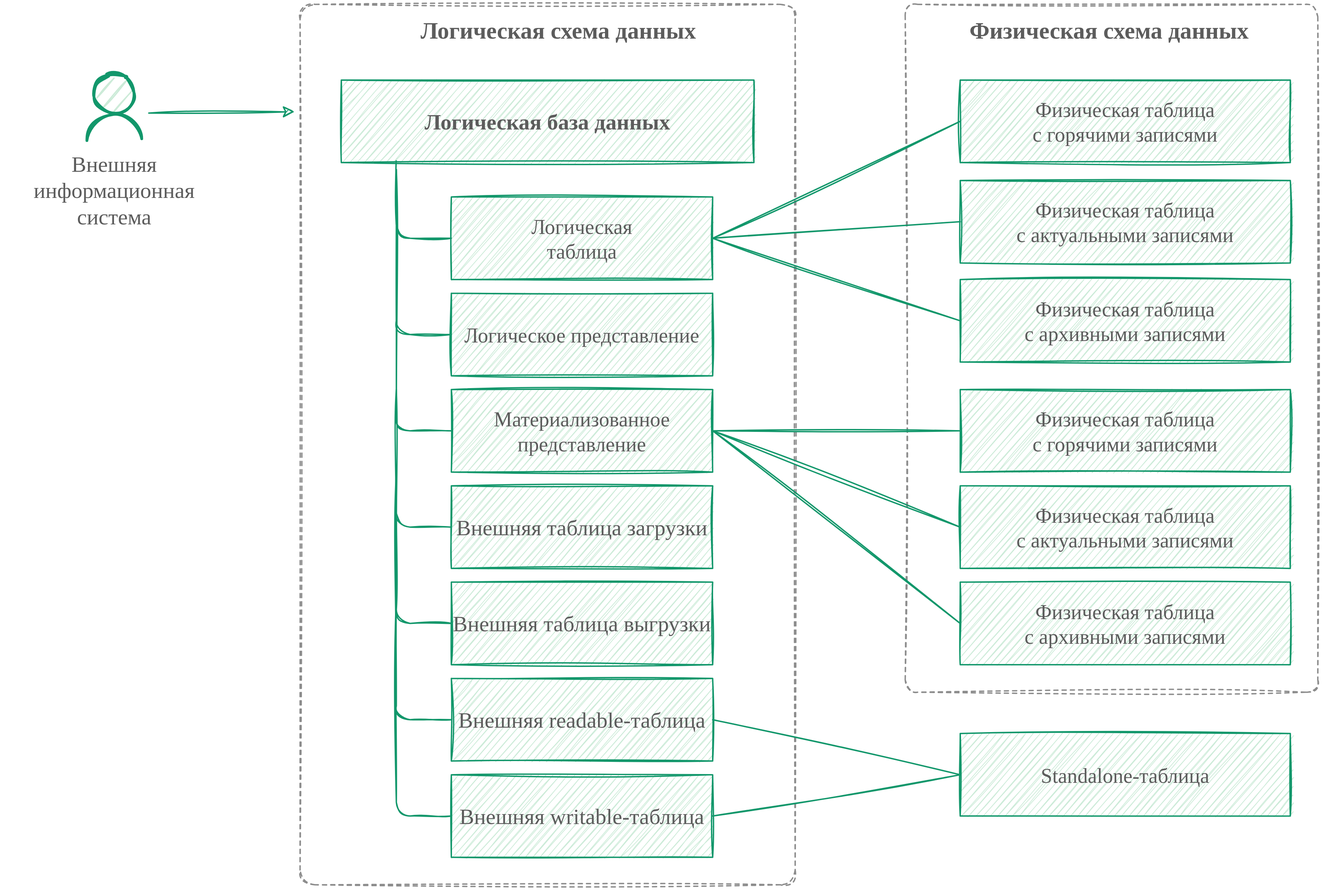
The draw.io diagram overview/main_concepts/logical_schema/logical_schema.svg in datamarts/docs_prostore, before a commit. Source tidied: cells renumbered, new cells last; positions are measured from the earlier drawing's top-left corner, leaving out a move shared by most shapes.
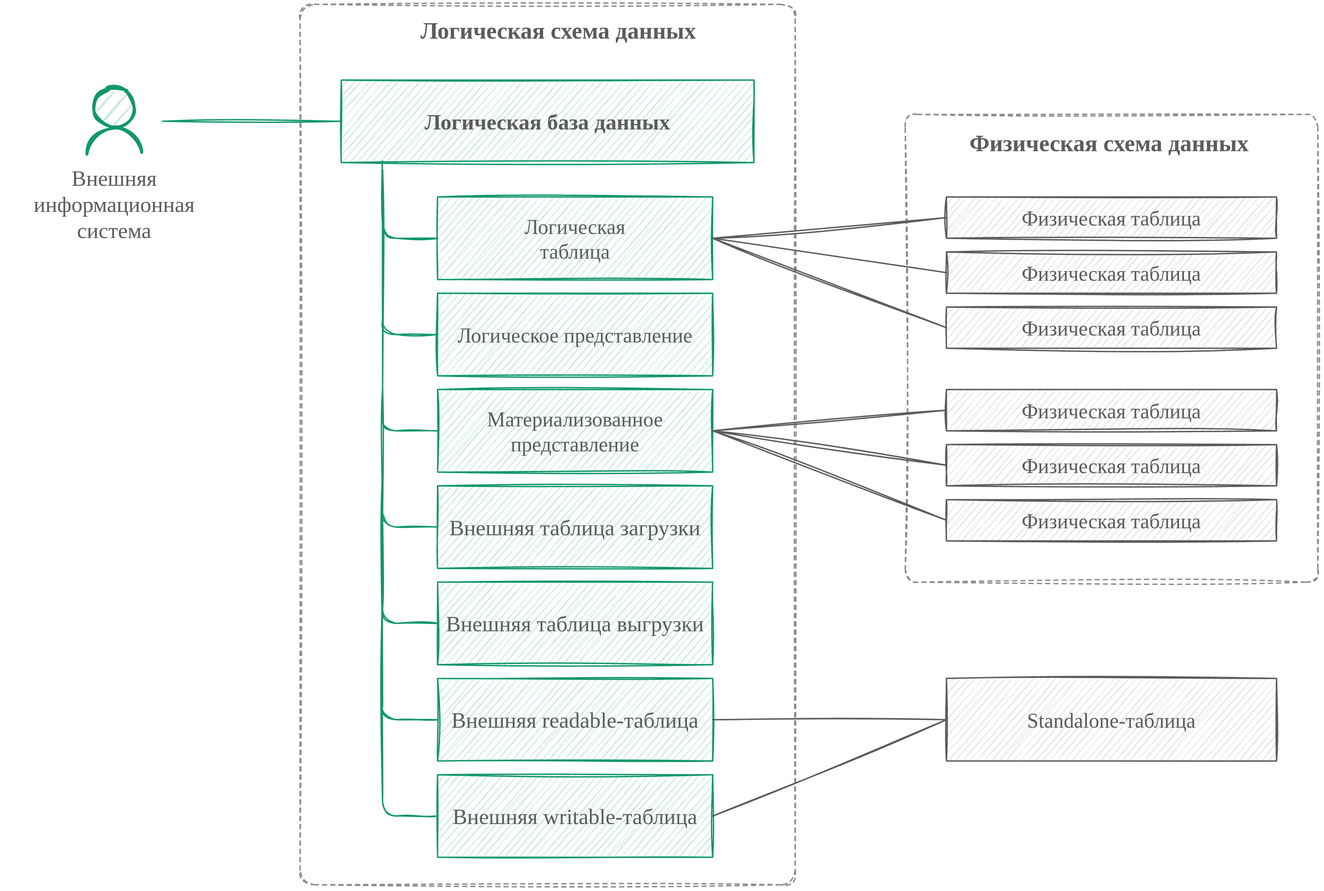
After the commit.

Commit message:
Logical schema concept: slightly redesign the diagram

Diff of the diagram source:
```diff
@@ -8,3 +8,3 @@
     <mxCell id="3" style="rounded=1;whiteSpace=wrap;html=1;fillColor=none;arcSize=3;strokeColor=#5C5C5C;dashed=1;sketch=1;opacity=70;" parent="1" vertex="1">
-      <mxGeometry x="655" width="300" height="500" as="geometry" />
+      <mxGeometry x="655" y="80" width="300" height="340" as="geometry" />
     </mxCell>
@@ -14,3 +14,3 @@
     <mxCell id="5" style="group;fontStyle=1;fontFamily=Comic Sans MS;sketch=1;" parent="1" vertex="1">
-      <mxGeometry x="60" y="50" width="40" height="70" as="geometry" />
+      <mxGeometry x="60" y="60" width="40" height="70" as="geometry" />
     </mxCell>
@@ -23,49 +23,44 @@
     <mxCell id="8" value="&lt;font color=&quot;#5c5c5c&quot; size=&quot;1&quot;&gt;&lt;span style=&quot;font-size: 16px ; font-weight: normal&quot;&gt;Внешняя информационная система&lt;/span&gt;&lt;/font&gt;" style="text;whiteSpace=wrap;html=1;fontStyle=1;align=center;fontFamily=Comic Sans MS;sketch=1;" parent="1" vertex="1">
-      <mxGeometry y="100" width="160" height="80" as="geometry" />
+      <mxGeometry y="110" width="160" height="80" as="geometry" />
     </mxCell>
     <mxCell id="9" value="&lt;font color=&quot;#5c5c5c&quot; style=&quot;font-size: 15px&quot;&gt;&lt;span style=&quot;font-size: 15px&quot;&gt;&lt;span style=&quot;font-size: 15px&quot;&gt;Логическая &lt;br&gt;таблица&lt;/span&gt;&lt;/span&gt;&lt;/font&gt;" style="rounded=0;whiteSpace=wrap;html=1;fontStyle=0;sketch=1;fontFamily=Comic Sans MS;strokeColor=#12976B;fillColor=#CCEBD8;fontSize=15;" parent="1" vertex="1">
-      <mxGeometry x="325" y="140" width="190" height="60" as="geometry" />
+      <mxGeometry x="315" y="140" width="200" height="60" as="geometry" />
     </mxCell>
     <mxCell id="10" value="&lt;font color=&quot;#5c5c5c&quot; style=&quot;font-size: 15px;&quot;&gt;&lt;span style=&quot;font-size: 15px;&quot;&gt;&lt;span style=&quot;font-size: 15px;&quot;&gt;Логическое представление&lt;/span&gt;&lt;/span&gt;&lt;/font&gt;" style="rounded=0;whiteSpace=wrap;html=1;fontStyle=0;sketch=1;fontFamily=Comic Sans MS;strokeColor=#12976B;fillColor=#CCEBD8;fontSize=15;" parent="1" vertex="1">
-      <mxGeometry x="325" y="210" width="190" height="60" as="geometry" />
+      <mxGeometry x="315" y="210" width="200" height="60" as="geometry" />
     </mxCell>
     <mxCell id="11" value="&lt;font color=&quot;#5c5c5c&quot; size=&quot;1&quot;&gt;&lt;span&gt;&lt;span style=&quot;font-size: 16px&quot;&gt;Внешняя таблица загрузки&lt;/span&gt;&lt;/span&gt;&lt;/font&gt;" style="rounded=0;whiteSpace=wrap;html=1;fontStyle=0;sketch=1;fontFamily=Comic Sans MS;strokeColor=#12976B;fillColor=#CCEBD8;" parent="1" vertex="1">
-      <mxGeometry x="325" y="350" width="190" height="60" as="geometry" />
+      <mxGeometry x="315" y="350" width="200" height="60" as="geometry" />
     </mxCell>
     <mxCell id="12" value="&lt;font color=&quot;#5c5c5c&quot; size=&quot;1&quot;&gt;&lt;span&gt;&lt;span style=&quot;font-size: 16px&quot;&gt;Внешняя таблица выгрузки&lt;/span&gt;&lt;/span&gt;&lt;/font&gt;" style="rounded=0;whiteSpace=wrap;html=1;fontStyle=0;sketch=1;fontFamily=Comic Sans MS;strokeColor=#12976B;fillColor=#CCEBD8;" parent="1" vertex="1">
-      <mxGeometry x="325" y="420" width="190" height="60" as="geometry" />
+      <mxGeometry x="315" y="420" width="200" height="60" as="geometry" />
     </mxCell>
     <mxCell id="13" value="&lt;font color=&quot;#5c5c5c&quot; style=&quot;font-size: 15px;&quot;&gt;&lt;span style=&quot;font-size: 15px;&quot;&gt;&lt;span style=&quot;font-size: 15px;&quot;&gt;Материализованное представление&lt;/span&gt;&lt;/span&gt;&lt;/font&gt;" style="rounded=0;whiteSpace=wrap;html=1;fontStyle=0;sketch=1;fontFamily=Comic Sans MS;strokeColor=#12976B;fillColor=#CCEBD8;fontSize=15;" parent="1" vertex="1">
-      <mxGeometry x="325" y="280" width="190" height="60" as="geometry" />
+      <mxGeometry x="315" y="280" width="200" height="60" as="geometry" />
     </mxCell>
-    <mxCell id="14" value="&lt;font color=&quot;#5c5c5c&quot; style=&quot;font-size: 15px;&quot;&gt;&lt;span style=&quot;font-size: 15px;&quot;&gt;Физическая таблица &lt;br style=&quot;font-size: 15px;&quot;&gt;с горячими записями&lt;/span&gt;&lt;/font&gt;" style="rounded=0;whiteSpace=wrap;html=1;fontStyle=0;sketch=1;fontFamily=Comic Sans MS;strokeColor=#12976B;fillColor=#CCEBD8;fontSize=15;" parent="1" vertex="1">
-      <mxGeometry x="695" y="55" width="240" height="60" as="geometry" />
+    <mxCell id="14" value="&lt;font color=&quot;#5c5c5c&quot; style=&quot;font-size: 15px&quot;&gt;&lt;span style=&quot;font-size: 15px&quot;&gt;Физическая таблица &lt;br&gt;&lt;/span&gt;&lt;/font&gt;" style="rounded=0;whiteSpace=wrap;html=1;fontStyle=0;sketch=1;fontFamily=Comic Sans MS;strokeColor=#5C5C5C;fillColor=#E6E6E6;fontSize=15;" parent="1" vertex="1">
+      <mxGeometry x="685" y="140" width="240" height="30" as="geometry" />
     </mxCell>
-    <mxCell id="15" value="&lt;font color=&quot;#5c5c5c&quot; style=&quot;font-size: 15px;&quot;&gt;&lt;span style=&quot;font-size: 15px;&quot;&gt;Физическая таблица &lt;br style=&quot;font-size: 15px;&quot;&gt;с актуальными записями&lt;/span&gt;&lt;/font&gt;" style="rounded=0;whiteSpace=wrap;html=1;fontStyle=0;sketch=1;fontFamily=Comic Sans MS;strokeColor=#12976B;fillColor=#CCEBD8;fontSize=15;" parent="1" vertex="1">
-      <mxGeometry x="695" y="128" width="240" height="60" as="geometry" />
-    </mxCell>
-    <mxCell id="16" value="&lt;font color=&quot;#5c5c5c&quot; style=&quot;font-size: 15px;&quot;&gt;&lt;span style=&quot;font-size: 15px;&quot;&gt;Физическая таблица &lt;br style=&quot;font-size: 15px;&quot;&gt;с архивными записями&lt;/span&gt;&lt;/font&gt;" style="rounded=0;whiteSpace=wrap;html=1;fontStyle=0;sketch=1;fontFamily=Comic Sans MS;strokeColor=#12976B;fillColor=#CCEBD8;fontSize=15;" parent="1" vertex="1">
-      <mxGeometry x="695" y="200" width="240" height="60" as="geometry" />
-    </mxCell>
-    <mxCell id="17" style="endArrow=classic;html=1;shadow=0;fontFamily=Comic Sans MS;fontSize=11;sketch=1;strokeColor=#12976B;entryX=-0.011;entryY=0.122;entryDx=0;entryDy=0;entryPerimeter=0;" parent="1" edge="1" target="2">
+    <mxCell id="17" style="endArrow=none;html=1;shadow=0;fontFamily=Comic Sans MS;fontSize=11;sketch=1;strokeColor=#12976B;endFill=0;" parent="1" edge="1">
       <mxGeometry relative="1" as="geometry">
-        <mxPoint x="105" y="79" as="sourcePoint" />
+        <mxPoint x="115" y="85" as="sourcePoint" />
+        <mxPoint x="245" y="85" as="targetPoint" />
       </mxGeometry>
     </mxCell>
-    <mxCell id="18" style="endArrow=none;html=1;fontColor=#5C5C5C;sketch=1;strokeColor=#12976B;endFill=0;exitX=1;exitY=0.5;exitDx=0;exitDy=0;entryX=0;entryY=0.5;entryDx=0;entryDy=0;" parent="1" edge="1" source="9" target="14">
+    <mxCell id="18" style="endArrow=none;html=1;fontColor=#5C5C5C;sketch=1;strokeColor=#5C5C5C;endFill=0;exitX=1;exitY=0.5;exitDx=0;exitDy=0;entryX=0;entryY=0.5;entryDx=0;entryDy=0;" parent="1" edge="1" source="9" target="14">
       <mxGeometry relative="1" as="geometry" />
     </mxCell>
-    <mxCell id="19" style="endArrow=none;html=1;fontColor=#5C5C5C;sketch=1;strokeColor=#12976B;endFill=0;entryX=0;entryY=0.5;entryDx=0;entryDy=0;exitX=1;exitY=0.5;exitDx=0;exitDy=0;" parent="1" edge="1" source="9" target="15">
+    <mxCell id="19" style="endArrow=none;html=1;fontColor=#5C5C5C;sketch=1;strokeColor=#5C5C5C;endFill=0;entryX=0;entryY=0.5;entryDx=0;entryDy=0;exitX=1;exitY=0.5;exitDx=0;exitDy=0;" parent="1" edge="1" source="9" target="41">
       <mxGeometry relative="1" as="geometry" />
     </mxCell>
-    <mxCell id="20" style="endArrow=none;html=1;fontColor=#5C5C5C;sketch=1;strokeColor=#12976B;endFill=0;entryX=0;entryY=0.5;entryDx=0;entryDy=0;exitX=1;exitY=0.5;exitDx=0;exitDy=0;" parent="1" edge="1" source="9" target="16">
+    <mxCell id="20" style="endArrow=none;html=1;fontColor=#5C5C5C;sketch=1;strokeColor=#5C5C5C;endFill=0;entryX=0;entryY=0.5;entryDx=0;entryDy=0;exitX=1;exitY=0.5;exitDx=0;exitDy=0;" parent="1" edge="1" source="9" target="42">
       <mxGeometry relative="1" as="geometry" />
     </mxCell>
-    <mxCell id="21" style="endArrow=none;html=1;fontColor=#5C5C5C;sketch=1;strokeColor=#12976B;endFill=0;exitX=1;exitY=0.5;exitDx=0;exitDy=0;entryX=0;entryY=0.5;entryDx=0;entryDy=0;" parent="1" edge="1" source="13" target="26">
+    <mxCell id="21" style="endArrow=none;html=1;fontColor=#5C5C5C;sketch=1;strokeColor=#5C5C5C;endFill=0;exitX=1;exitY=0.5;exitDx=0;exitDy=0;entryX=0;entryY=0.5;entryDx=0;entryDy=0;" parent="1" edge="1" source="13" target="43">
       <mxGeometry relative="1" as="geometry" />
     </mxCell>
-    <mxCell id="22" style="endArrow=none;html=1;fontColor=#5C5C5C;sketch=1;strokeColor=#12976B;endFill=0;entryX=0;entryY=0.5;entryDx=0;entryDy=0;exitX=1;exitY=0.5;exitDx=0;exitDy=0;" parent="1" edge="1" source="13" target="27">
+    <mxCell id="22" style="endArrow=none;html=1;fontColor=#5C5C5C;sketch=1;strokeColor=#5C5C5C;endFill=0;entryX=0;entryY=0.5;entryDx=0;entryDy=0;exitX=1;exitY=0.5;exitDx=0;exitDy=0;" parent="1" edge="1" source="13" target="44">
       <mxGeometry relative="1" as="geometry" />
     </mxCell>
-    <mxCell id="23" style="endArrow=none;html=1;fontColor=#5C5C5C;sketch=1;strokeColor=#12976B;endFill=0;entryX=0;entryY=0.5;entryDx=0;entryDy=0;exitX=1;exitY=0.5;exitDx=0;exitDy=0;" parent="1" edge="1" source="13" target="28">
+    <mxCell id="23" style="endArrow=none;html=1;fontColor=#5C5C5C;sketch=1;strokeColor=#5C5C5C;endFill=0;entryX=0;entryY=0.5;entryDx=0;entryDy=0;exitX=1;exitY=0.5;exitDx=0;exitDy=0;" parent="1" edge="1" source="13" target="45">
       <mxGeometry relative="1" as="geometry" />
@@ -76,17 +71,9 @@
     <mxCell id="25" value="&lt;font color=&quot;#5c5c5c&quot; face=&quot;Comic Sans MS&quot; style=&quot;font-size: 17px;&quot;&gt;&lt;b style=&quot;font-size: 17px;&quot;&gt;Физическая схема данных&amp;nbsp;&lt;/b&gt;&lt;/font&gt;" style="text;html=1;strokeColor=none;fillColor=none;align=center;verticalAlign=middle;whiteSpace=wrap;rounded=0;fontSize=17;" parent="1" vertex="1">
-      <mxGeometry x="668.8" y="10" width="272.5" height="20" as="geometry" />
+      <mxGeometry x="668.8" y="92" width="272.5" height="20" as="geometry" />
     </mxCell>
-    <mxCell id="26" value="&lt;font color=&quot;#5c5c5c&quot; style=&quot;font-size: 15px;&quot;&gt;&lt;span style=&quot;font-size: 15px;&quot;&gt;Физическая таблица &lt;br style=&quot;font-size: 15px;&quot;&gt;с горячими записями&lt;/span&gt;&lt;/font&gt;" style="rounded=0;whiteSpace=wrap;html=1;fontStyle=0;sketch=1;fontFamily=Comic Sans MS;strokeColor=#12976B;fillColor=#CCEBD8;fontSize=15;" parent="1" vertex="1">
-      <mxGeometry x="695" y="280" width="240" height="60" as="geometry" />
-    </mxCell>
-    <mxCell id="27" value="&lt;font color=&quot;#5c5c5c&quot; style=&quot;font-size: 15px;&quot;&gt;&lt;span style=&quot;font-size: 15px;&quot;&gt;Физическая таблица &lt;br style=&quot;font-size: 15px;&quot;&gt;с актуальными записями&lt;/span&gt;&lt;/font&gt;" style="rounded=0;whiteSpace=wrap;html=1;fontStyle=0;sketch=1;fontFamily=Comic Sans MS;strokeColor=#12976B;fillColor=#CCEBD8;fontSize=15;" parent="1" vertex="1">
-      <mxGeometry x="695" y="350" width="240" height="60" as="geometry" />
-    </mxCell>
-    <mxCell id="28" value="&lt;font color=&quot;#5c5c5c&quot; style=&quot;font-size: 15px;&quot;&gt;&lt;span style=&quot;font-size: 15px;&quot;&gt;Физическая таблица &lt;br style=&quot;font-size: 15px;&quot;&gt;с архивными записями&lt;/span&gt;&lt;/font&gt;" style="rounded=0;whiteSpace=wrap;html=1;fontStyle=0;sketch=1;fontFamily=Comic Sans MS;strokeColor=#12976B;fillColor=#CCEBD8;fontSize=15;" parent="1" vertex="1">
-      <mxGeometry x="695" y="420" width="240" height="60" as="geometry" />
-    </mxCell>
-    <mxCell id="29" style="endArrow=none;html=1;entryX=0;entryY=0.5;entryDx=0;entryDy=0;fontColor=#5C5C5C;sketch=1;strokeColor=#12976B;endFill=0;exitX=0.133;exitY=0.98;exitDx=0;exitDy=0;exitPerimeter=0;" parent="1" edge="1" source="4" target="9">
+    <mxCell id="29" style="endArrow=none;html=1;entryX=0;entryY=0.5;entryDx=0;entryDy=0;fontColor=#5C5C5C;sketch=1;strokeColor=#12976B;endFill=0;exitX=0.133;exitY=0.98;exitDx=0;exitDy=0;exitPerimeter=0;" parent="1" edge="1" target="9">
       <mxGeometry relative="1" as="geometry">
+        <mxPoint x="274.9" y="113.8" as="sourcePoint" />
         <Array as="points">
-          <mxPoint x="285" y="170" />
+          <mxPoint x="275" y="170" />
         </Array>
@@ -96,5 +83,5 @@
       <mxGeometry relative="1" as="geometry">
-        <mxPoint x="285" y="120" as="sourcePoint" />
+        <mxPoint x="275" y="120" as="sourcePoint" />
         <Array as="points">
-          <mxPoint x="285" y="240" />
+          <mxPoint x="275" y="240" />
         </Array>
@@ -104,5 +91,5 @@
       <mxGeometry relative="1" as="geometry">
-        <mxPoint x="285" y="120" as="sourcePoint" />
+        <mxPoint x="275" y="120" as="sourcePoint" />
         <Array as="points">
-          <mxPoint x="285" y="310" />
+          <mxPoint x="275" y="310" />
         </Array>
@@ -112,5 +99,5 @@
       <mxGeometry relative="1" as="geometry">
-        <mxPoint x="285" y="280" as="sourcePoint" />
+        <mxPoint x="275" y="280" as="sourcePoint" />
         <Array as="points">
-          <mxPoint x="285" y="380" />
+          <mxPoint x="275" y="380" />
         </Array>
@@ -120,5 +107,5 @@
       <mxGeometry relative="1" as="geometry">
-        <mxPoint x="285" y="370" as="sourcePoint" />
+        <mxPoint x="275" y="370" as="sourcePoint" />
         <Array as="points">
-          <mxPoint x="285" y="450" />
+          <mxPoint x="275" y="450" />
         </Array>
@@ -127,9 +114,9 @@
     <mxCell id="34" value="&lt;font color=&quot;#5c5c5c&quot; size=&quot;1&quot;&gt;&lt;span&gt;&lt;span style=&quot;font-size: 16px&quot;&gt;Внешняя readable-таблица&lt;/span&gt;&lt;/span&gt;&lt;/font&gt;" style="rounded=0;whiteSpace=wrap;html=1;fontStyle=0;sketch=1;fontFamily=Comic Sans MS;strokeColor=#12976B;fillColor=#CCEBD8;" parent="1" vertex="1">
-      <mxGeometry x="325" y="490" width="190" height="60" as="geometry" />
+      <mxGeometry x="315" y="490" width="200" height="60" as="geometry" />
     </mxCell>
     <mxCell id="35" value="&lt;font color=&quot;#5c5c5c&quot; size=&quot;1&quot;&gt;&lt;span&gt;&lt;span style=&quot;font-size: 16px&quot;&gt;Внешняя writable-таблица&lt;/span&gt;&lt;/span&gt;&lt;/font&gt;" style="rounded=0;whiteSpace=wrap;html=1;fontStyle=0;sketch=1;fontFamily=Comic Sans MS;strokeColor=#12976B;fillColor=#CCEBD8;" parent="1" vertex="1">
-      <mxGeometry x="325" y="560" width="190" height="60" as="geometry" />
+      <mxGeometry x="315" y="560" width="200" height="60" as="geometry" />
     </mxCell>
-    <mxCell id="36" value="&lt;font color=&quot;#5c5c5c&quot;&gt;&lt;span&gt;Standalone-таблица&lt;/span&gt;&lt;/font&gt;" style="rounded=0;whiteSpace=wrap;html=1;fontStyle=0;sketch=1;fontFamily=Comic Sans MS;strokeColor=#12976B;fillColor=#CCEBD8;fontSize=15;" parent="1" vertex="1">
-      <mxGeometry x="695" y="530" width="240" height="60" as="geometry" />
+    <mxCell id="36" value="&lt;font color=&quot;#5c5c5c&quot;&gt;&lt;span&gt;Standalone-таблица&lt;/span&gt;&lt;/font&gt;" style="rounded=0;whiteSpace=wrap;html=1;fontStyle=0;sketch=1;fontFamily=Comic Sans MS;strokeColor=#5C5C5C;fillColor=#E6E6E6;fontSize=15;" parent="1" vertex="1">
+      <mxGeometry x="685" y="490" width="240" height="60" as="geometry" />
     </mxCell>
@@ -137,6 +124,6 @@
       <mxGeometry relative="1" as="geometry">
-        <mxPoint x="285" y="430" as="sourcePoint" />
-        <mxPoint x="325" y="590" as="targetPoint" />
+        <mxPoint x="275" y="430" as="sourcePoint" />
+        <mxPoint x="315" y="590" as="targetPoint" />
         <Array as="points">
-          <mxPoint x="285" y="590" />
+          <mxPoint x="275" y="590" />
         </Array>
@@ -146,6 +133,6 @@
       <mxGeometry relative="1" as="geometry">
-        <mxPoint x="285" y="340" as="sourcePoint" />
-        <mxPoint x="325" y="520" as="targetPoint" />
+        <mxPoint x="275" y="340" as="sourcePoint" />
+        <mxPoint x="315" y="520" as="targetPoint" />
         <Array as="points">
-          <mxPoint x="285" y="520" />
+          <mxPoint x="275" y="520" />
         </Array>
@@ -153,8 +140,23 @@
     </mxCell>
-    <mxCell id="39" style="endArrow=none;html=1;fontColor=#5C5C5C;sketch=1;strokeColor=#12976B;endFill=0;entryX=0;entryY=0.5;entryDx=0;entryDy=0;exitX=1;exitY=0.5;exitDx=0;exitDy=0;" parent="1" edge="1" source="34" target="36">
+    <mxCell id="39" style="endArrow=none;html=1;fontColor=#5C5C5C;sketch=1;strokeColor=#5C5C5C;endFill=0;entryX=0;entryY=0.5;entryDx=0;entryDy=0;exitX=1;exitY=0.5;exitDx=0;exitDy=0;" parent="1" edge="1" source="34" target="36">
       <mxGeometry relative="1" as="geometry" />
     </mxCell>
-    <mxCell id="40" style="endArrow=none;html=1;fontColor=#5C5C5C;sketch=1;strokeColor=#12976B;endFill=0;exitX=1;exitY=0.5;exitDx=0;exitDy=0;entryX=0;entryY=0.5;entryDx=0;entryDy=0;" parent="1" edge="1" source="35" target="36">
+    <mxCell id="40" style="endArrow=none;html=1;fontColor=#5C5C5C;sketch=1;strokeColor=#5C5C5C;endFill=0;exitX=1;exitY=0.5;exitDx=0;exitDy=0;entryX=0;entryY=0.5;entryDx=0;entryDy=0;" parent="1" edge="1" source="35" target="36">
       <mxGeometry relative="1" as="geometry" />
     </mxCell>
+    <mxCell id="41" value="&lt;font color=&quot;#5c5c5c&quot; style=&quot;font-size: 15px&quot;&gt;&lt;span style=&quot;font-size: 15px&quot;&gt;Физическая таблица &lt;br&gt;&lt;/span&gt;&lt;/font&gt;" style="rounded=0;whiteSpace=wrap;html=1;fontStyle=0;sketch=1;fontFamily=Comic Sans MS;strokeColor=#5C5C5C;fillColor=#E6E6E6;fontSize=15;" parent="1" vertex="1">
+      <mxGeometry x="685" y="180" width="240" height="30" as="geometry" />
+    </mxCell>
+    <mxCell id="42" value="&lt;font color=&quot;#5c5c5c&quot; style=&quot;font-size: 15px&quot;&gt;&lt;span style=&quot;font-size: 15px&quot;&gt;Физическая таблица &lt;br&gt;&lt;/span&gt;&lt;/font&gt;" style="rounded=0;whiteSpace=wrap;html=1;fontStyle=0;sketch=1;fontFamily=Comic Sans MS;strokeColor=#5C5C5C;fillColor=#E6E6E6;fontSize=15;" parent="1" vertex="1">
+      <mxGeometry x="685" y="220" width="240" height="30" as="geometry" />
+    </mxCell>
+    <mxCell id="43" value="&lt;font color=&quot;#5c5c5c&quot; style=&quot;font-size: 15px&quot;&gt;&lt;span style=&quot;font-size: 15px&quot;&gt;Физическая таблица &lt;br&gt;&lt;/span&gt;&lt;/font&gt;" style="rounded=0;whiteSpace=wrap;html=1;fontStyle=0;sketch=1;fontFamily=Comic Sans MS;strokeColor=#5C5C5C;fillColor=#E6E6E6;fontSize=15;" parent="1" vertex="1">
+      <mxGeometry x="685" y="280" width="240" height="30" as="geometry" />
+    </mxCell>
+    <mxCell id="44" value="&lt;font color=&quot;#5c5c5c&quot; style=&quot;font-size: 15px&quot;&gt;&lt;span style=&quot;font-size: 15px&quot;&gt;Физическая таблица &lt;br&gt;&lt;/span&gt;&lt;/font&gt;" style="rounded=0;whiteSpace=wrap;html=1;fontStyle=0;sketch=1;fontFamily=Comic Sans MS;strokeColor=#5C5C5C;fillColor=#E6E6E6;fontSize=15;" parent="1" vertex="1">
+      <mxGeometry x="685" y="320" width="240" height="30" as="geometry" />
+    </mxCell>
+    <mxCell id="45" value="&lt;font color=&quot;#5c5c5c&quot; style=&quot;font-size: 15px&quot;&gt;&lt;span style=&quot;font-size: 15px&quot;&gt;Физическая таблица &lt;br&gt;&lt;/span&gt;&lt;/font&gt;" style="rounded=0;whiteSpace=wrap;html=1;fontStyle=0;sketch=1;fontFamily=Comic Sans MS;strokeColor=#5C5C5C;fillColor=#E6E6E6;fontSize=15;" parent="1" vertex="1">
+      <mxGeometry x="685" y="360" width="240" height="30" as="geometry" />
+    </mxCell>
   </root>
```
